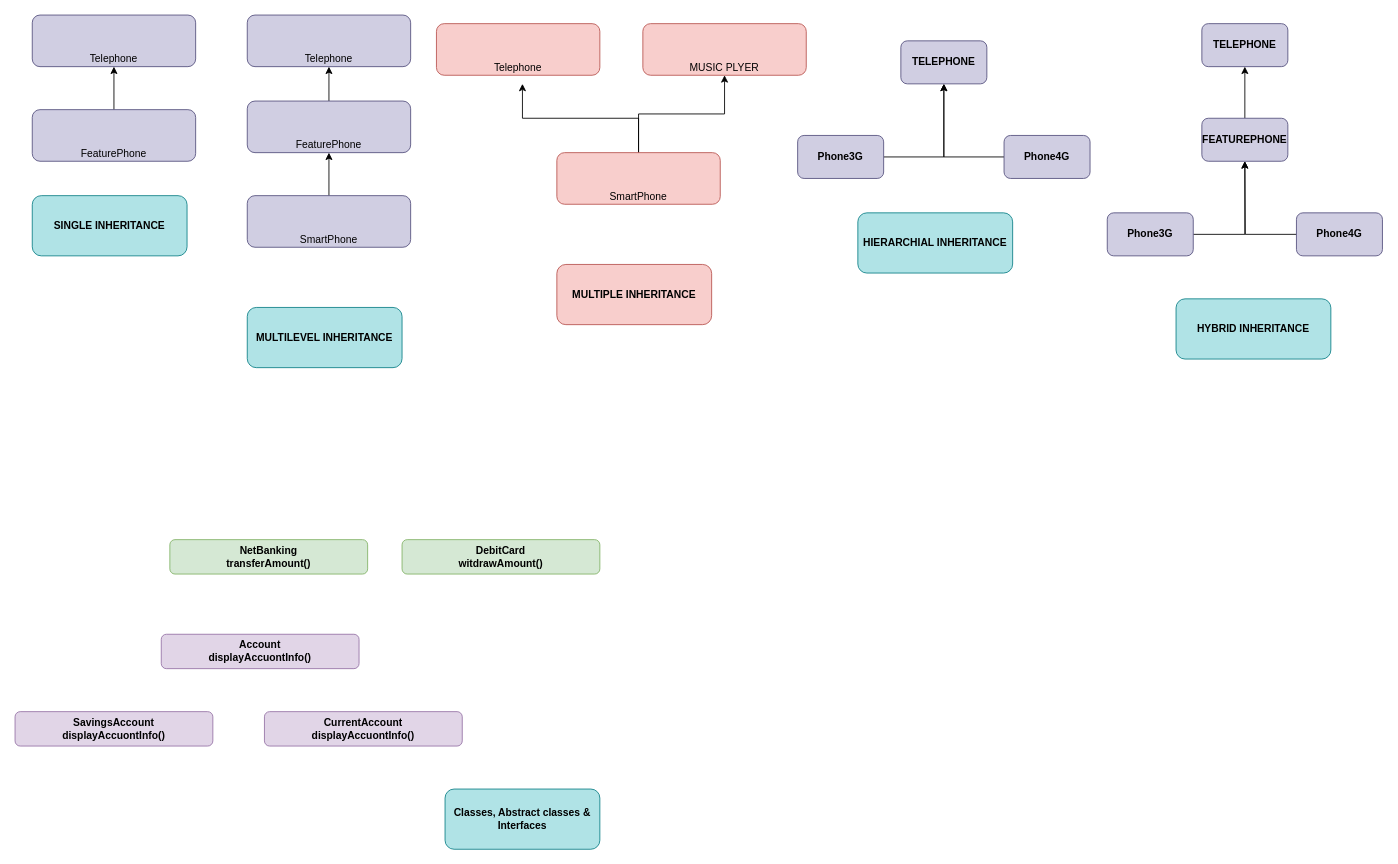
The draw.io diagram page "INHERITANCE" (4 of 7) of JAVA/java bot.drawio in GH1BHARATH/liveJFSGIT, before the edit. Source tidied: cells renumbered, new cells numbered last; positions are measured from the earlier drawing's top-left corner, leaving out a move shared by most shapes. Both pictures are drawn from the tidied source at 86%, with x=0, y=0 at pixel (15, 15).
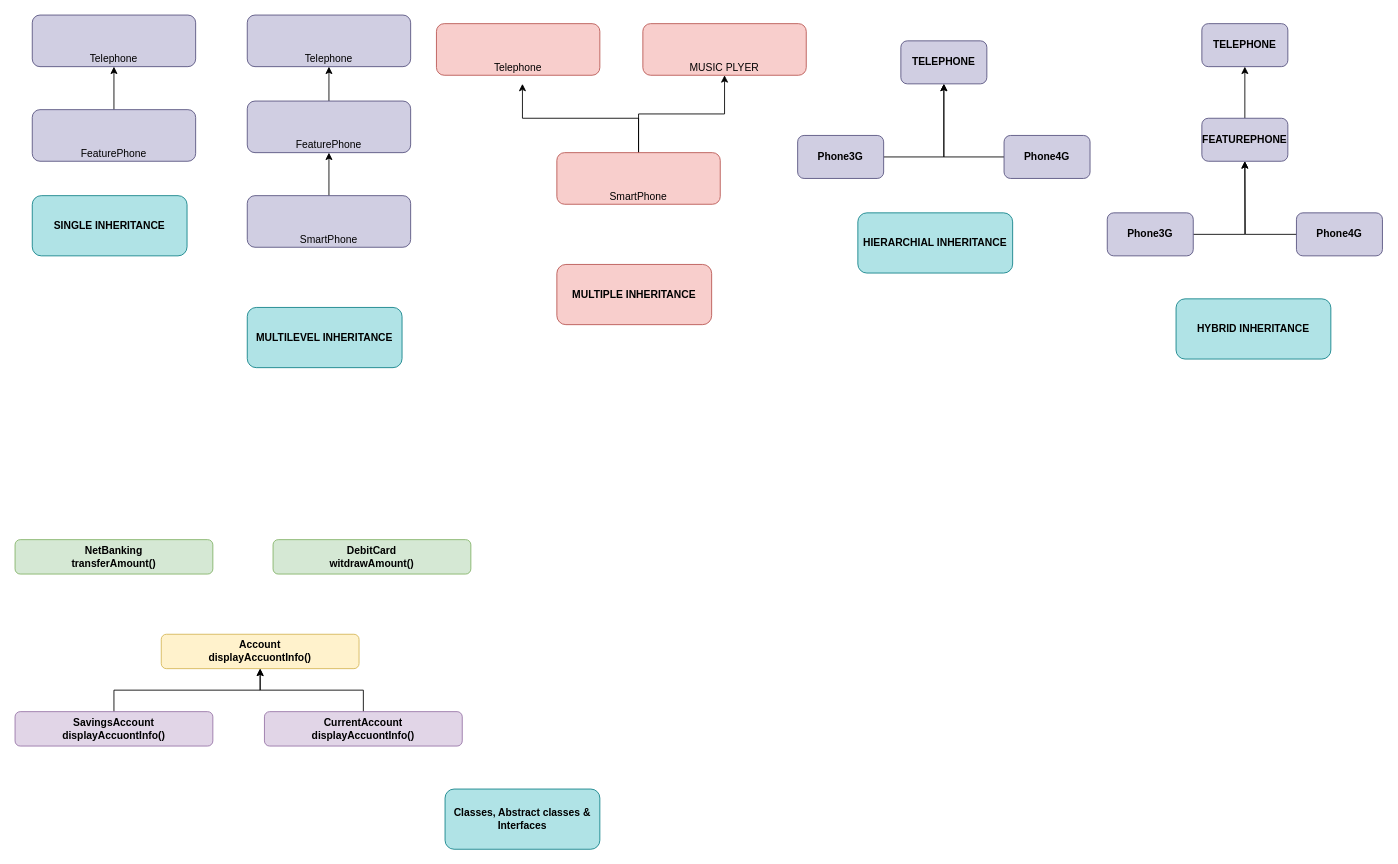
The same page after the edit.

Unchanged cells that the change refers to:
```xml
<mxCell id="36" value="SavingsAccount&lt;br&gt;displayAccuontInfo()" style="rounded=1;whiteSpace=wrap;html=1;fillColor=#e1d5e7;strokeColor=#9673a6;fontStyle=1;" parent="1" vertex="1">
  <mxGeometry y="810" width="230" height="40" as="geometry" />
</mxCell>
<mxCell id="37" value="CurrentAccount&lt;br&gt;displayAccuontInfo()" style="rounded=1;whiteSpace=wrap;html=1;fillColor=#e1d5e7;strokeColor=#9673a6;fontStyle=1;" parent="1" vertex="1">
  <mxGeometry x="290" y="810" width="230" height="40" as="geometry" />
</mxCell>
```

The edit, as a diff of the source:
```diff
@@
     <mxCell id="33" value="NetBanking&lt;br&gt;transferAmount()" style="rounded=1;whiteSpace=wrap;html=1;fillColor=#d5e8d4;strokeColor=#82b366;fontStyle=1;" parent="1" vertex="1">
-      <mxGeometry x="180" y="610" width="230" height="40" as="geometry" />
+      <mxGeometry y="610" width="230" height="40" as="geometry" />
     </mxCell>
     <mxCell id="34" value="DebitCard&lt;br&gt;witdrawAmount()" style="rounded=1;whiteSpace=wrap;html=1;fillColor=#d5e8d4;strokeColor=#82b366;fontStyle=1;" parent="1" vertex="1">
-      <mxGeometry x="450" y="610" width="230" height="40" as="geometry" />
+      <mxGeometry x="300" y="610" width="230" height="40" as="geometry" />
     </mxCell>
-    <mxCell id="35" value="Account&lt;br&gt;displayAccuontInfo()" style="rounded=1;whiteSpace=wrap;html=1;fillColor=#e1d5e7;strokeColor=#9673a6;fontStyle=1;" parent="1" vertex="1">
+    <mxCell id="35" value="Account&lt;br&gt;displayAccuontInfo()" style="rounded=1;whiteSpace=wrap;html=1;fillColor=#fff2cc;strokeColor=#d6b656;fontStyle=1;" parent="1" vertex="1">
       <mxGeometry x="170" y="720" width="230" height="40" as="geometry" />
     </mxCell>
+    <mxCell id="38" style="edgeStyle=orthogonalEdgeStyle;rounded=0;jettySize=auto;html=1;" parent="1" edge="1" source="36" target="35">
+      <mxGeometry relative="1" as="geometry" />
+    </mxCell>
@@
+    <mxCell id="39" style="edgeStyle=orthogonalEdgeStyle;rounded=0;jettySize=auto;html=1;entryX=0.5;entryY=1;entryDx=0;entryDy=0;" parent="1" edge="1" source="37" target="35">
+      <mxGeometry relative="1" as="geometry" />
+    </mxCell>
```
